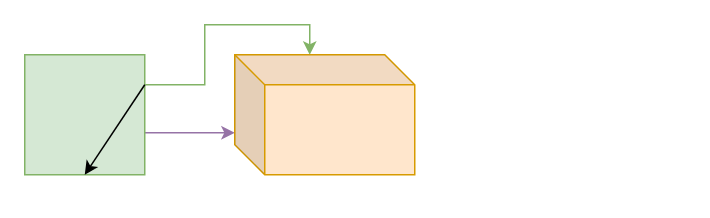
This is 未命名绘图.drawio from Jorgen7062/flow_chart, a draw.io file, before an edit. Source tidied: cells renumbered, new cells numbered last; positions are measured from the earlier drawing's top-left corner, leaving out a move shared by most shapes. Both pictures are drawn from the tidied source at 150%, with x=0, y=0 at pixel (24, 24).
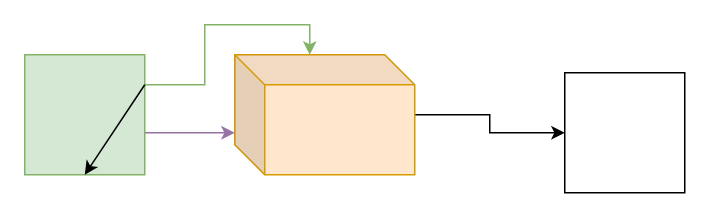
The same page after the edit.

Commit message:
更新未命名绘图002.drawio

Change to the diagram source:
```diff
@@
 <mxGraphModel>
   <root>
     <mxCell id="0" />
     <mxCell id="1" parent="0" />
     <mxCell id="2" style="edgeStyle=orthogonalEdgeStyle;rounded=0;jettySize=auto;html=1;fillColor=#e1d5e7;strokeColor=#9673a6;" parent="1" edge="1" source="4" target="5">
       <mxGeometry relative="1" as="geometry">
         <Array as="points">
           <mxPoint x="110" y="72" />
           <mxPoint x="110" y="72" />
         </Array>
       </mxGeometry>
     </mxCell>
     <mxCell id="3" style="edgeStyle=orthogonalEdgeStyle;rounded=0;jettySize=auto;html=1;exitX=1;exitY=0.25;exitDx=0;exitDy=0;entryX=0;entryY=0;entryDx=50;entryDy=0;entryPerimeter=0;fillColor=#d5e8d4;strokeColor=#82b366;" parent="1" edge="1" source="4" target="5">
       <mxGeometry relative="1" as="geometry">
         <Array as="points">
           <mxPoint x="120" y="40" />
           <mxPoint x="120" />
           <mxPoint x="190" />
         </Array>
       </mxGeometry>
     </mxCell>
     <mxCell id="4" style="whiteSpace=wrap;html=1;fillColor=#d5e8d4;strokeColor=#82b366;" parent="1" vertex="1">
       <mxGeometry y="20" width="80" height="80" as="geometry" />
     </mxCell>
+    <mxCell id="7" style="edgeStyle=orthogonalEdgeStyle;rounded=0;jettySize=auto;html=1;" parent="1" edge="1" source="5" target="8">
+      <mxGeometry relative="1" as="geometry" />
+    </mxCell>
     <mxCell id="5" style="shape=cube;whiteSpace=wrap;html=1;boundedLbl=1;backgroundOutline=1;darkOpacity=0.05;darkOpacity2=0.1;size=20;fillColor=#ffe6cc;strokeColor=#d79b00;" parent="1" vertex="1">
       <mxGeometry x="140" y="20" width="120" height="80" as="geometry" />
     </mxCell>
     <mxCell id="6" style="edgeStyle=none;rounded=0;orthogonalLoop=1;jettySize=auto;html=1;exitX=1;exitY=0.25;exitDx=0;exitDy=0;entryX=0.5;entryY=1;entryDx=0;entryDy=0;" parent="1" edge="1" source="4" target="4">
       <mxGeometry relative="1" as="geometry" />
     </mxCell>
+    <mxCell id="8" style="whiteSpace=wrap;html=1;" parent="1" vertex="1">
+      <mxGeometry x="360" y="32" width="80" height="80" as="geometry" />
+    </mxCell>
   </root>
 </mxGraphModel>
```
